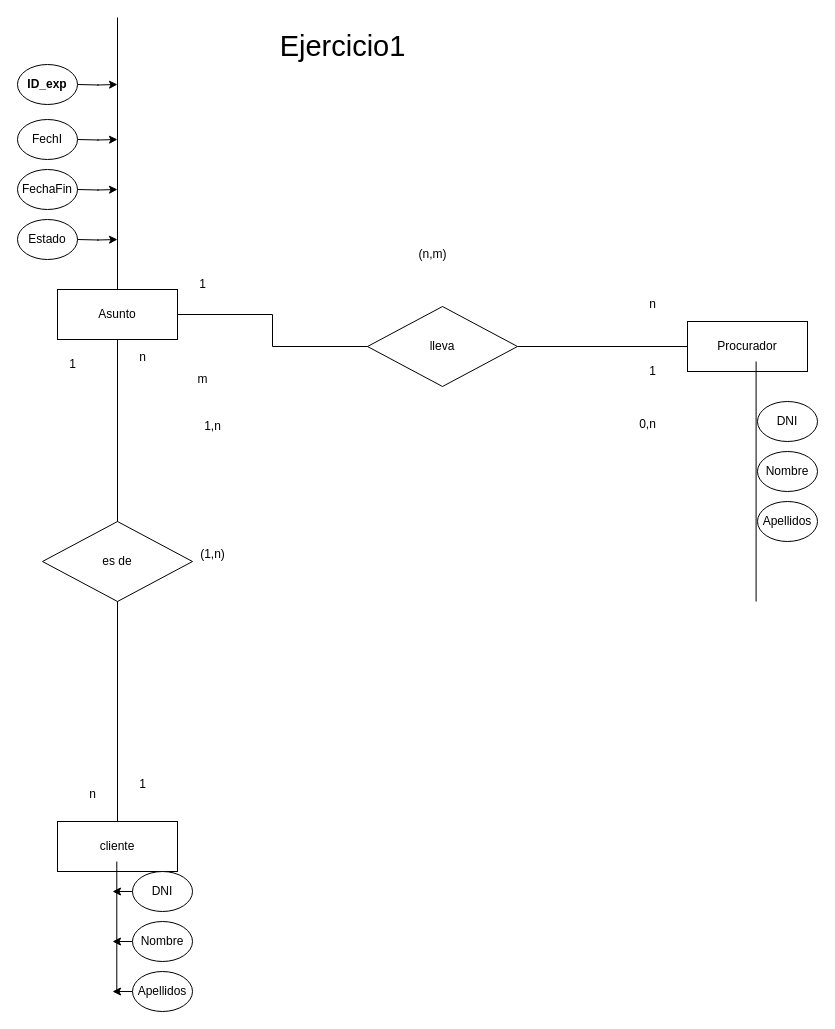
This is ejercicio1.drawio from victorsanchezr/abril23diagrama, a draw.io file, before an edit. Source tidied: cells renumbered, new cells numbered last; positions are measured from the earlier drawing's top-left corner, leaving out a move shared by most shapes. Both pictures are drawn from the tidied source at 100%, with x=0, y=0 at pixel (17, 17).
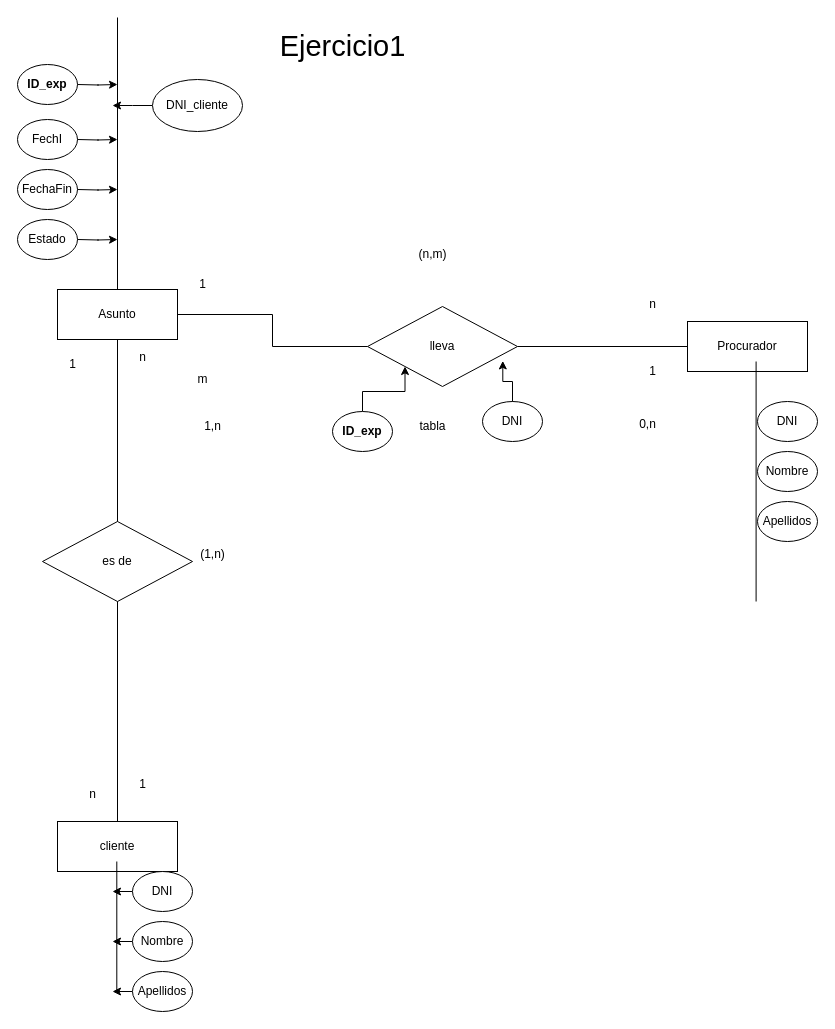
The same page after the edit.

The change refers to these unchanged cells:
```xml
<mxCell id="7" value="lleva" style="rhombus;whiteSpace=wrap;html=1;" parent="1" vertex="1">
  <mxGeometry x="350" y="289" width="150" height="80" as="geometry" />
</mxCell>
```

The edit, as a diff of the source:
```diff
@@
+    <mxCell id="44" value="tabla" style="text;html=1;align=center;verticalAlign=middle;strokeColor=none;fillColor=none;" parent="1" vertex="1">
+      <mxGeometry x="390" y="394" width="50" height="30" as="geometry" />
+    </mxCell>
+    <mxCell id="45" style="edgeStyle=orthogonalEdgeStyle;rounded=0;jettySize=auto;html=1;" parent="1" edge="1" source="46">
+      <mxGeometry relative="1" as="geometry">
+        <mxPoint x="95" y="88" as="targetPoint" />
+      </mxGeometry>
+    </mxCell>
+    <mxCell id="46" value="DNI_cliente" style="ellipse;whiteSpace=wrap;html=1;" parent="1" vertex="1">
+      <mxGeometry x="135" y="62" width="90" height="52" as="geometry" />
+    </mxCell>
+    <mxCell id="47" style="edgeStyle=orthogonalEdgeStyle;rounded=0;jettySize=auto;html=1;entryX=0;entryY=1;entryDx=0;entryDy=0;" parent="1" edge="1" source="48" target="7">
+      <mxGeometry relative="1" as="geometry" />
+    </mxCell>
+    <mxCell id="48" value="&lt;b&gt;ID_exp&lt;/b&gt;" style="ellipse;whiteSpace=wrap;html=1;" parent="1" vertex="1">
+      <mxGeometry x="315" y="394" width="60" height="40" as="geometry" />
+    </mxCell>
+    <mxCell id="49" value="DNI" style="ellipse;whiteSpace=wrap;html=1;" parent="1" vertex="1">
+      <mxGeometry x="465" y="384" width="60" height="40" as="geometry" />
+    </mxCell>
+    <mxCell id="50" style="edgeStyle=orthogonalEdgeStyle;rounded=0;jettySize=auto;html=1;entryX=0.902;entryY=0.68;entryDx=0;entryDy=0;entryPerimeter=0;" parent="1" edge="1" source="49" target="7">
+      <mxGeometry relative="1" as="geometry" />
+    </mxCell>
```
